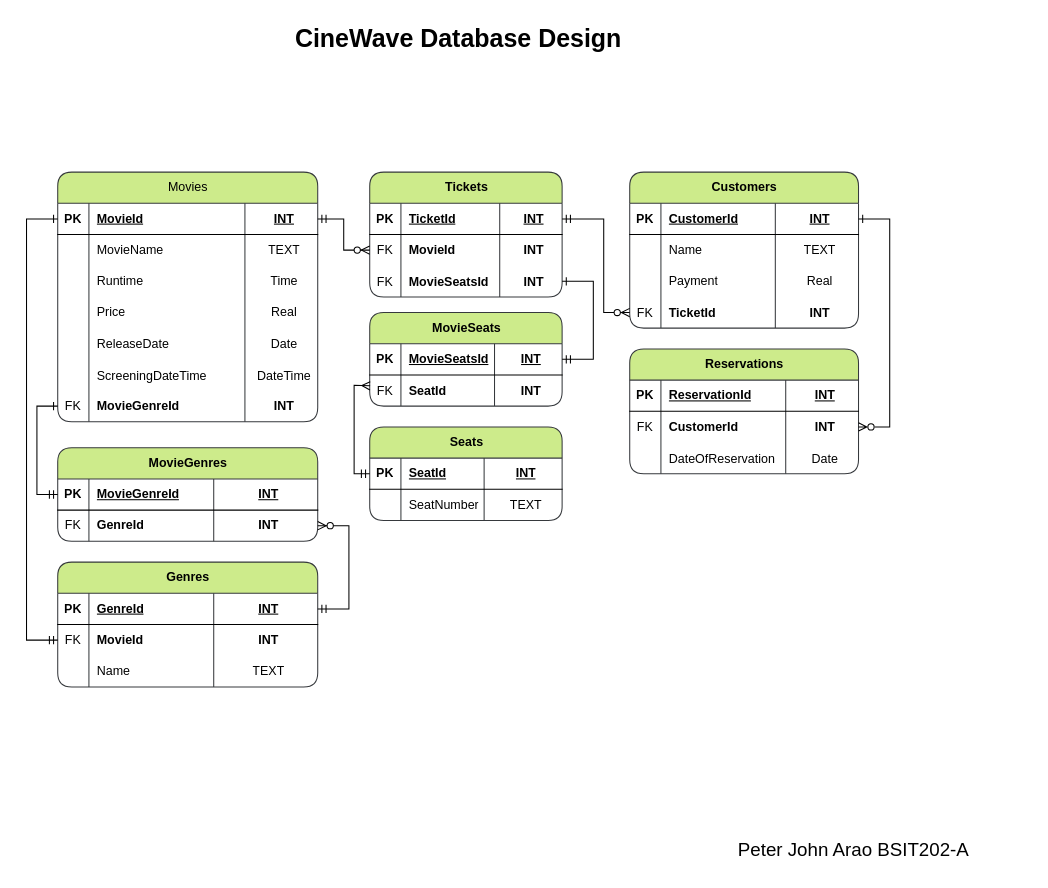
Above: erd/CineWave.drawio in pitzzahh/CineWave (draw.io), before the change. Source tidied: cells renumbered, new cells numbered last; positions are measured from the earlier drawing's top-left corner, leaving out a move shared by most shapes. Both pictures are drawn from the tidied source at 104%, with x=0, y=0 at pixel (26, 18).
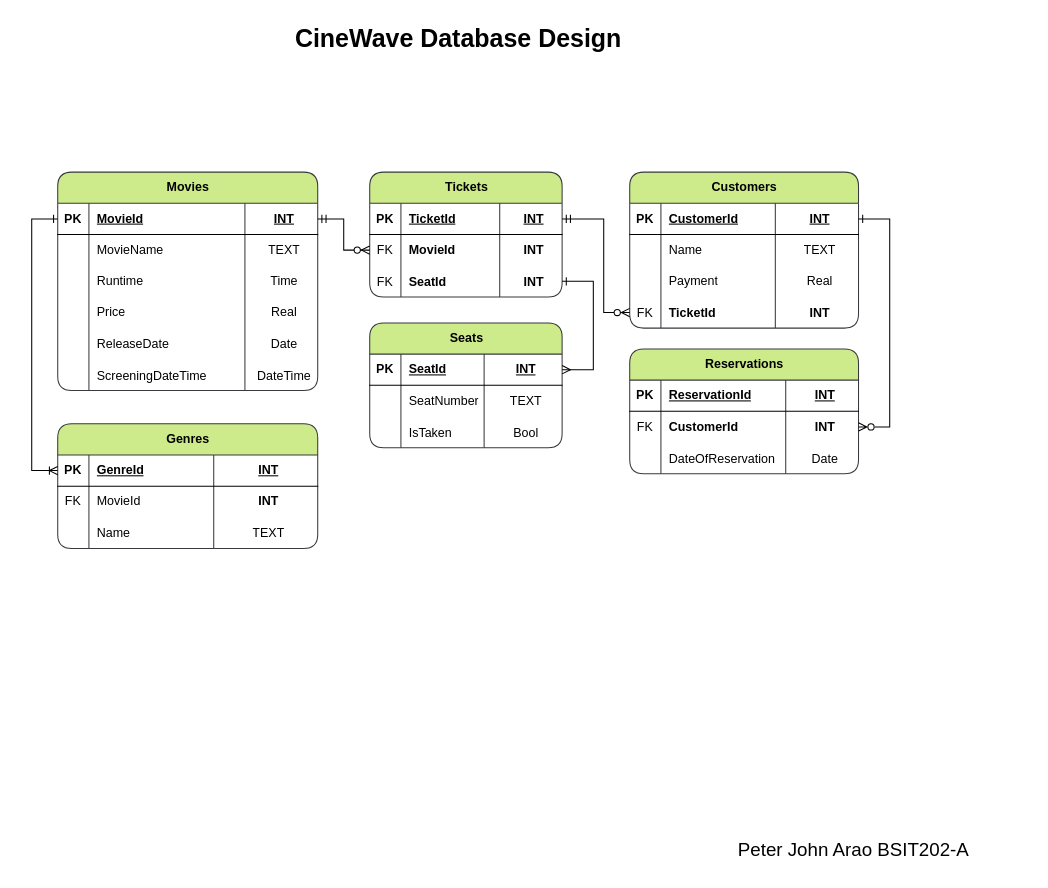
Above is the later version.

The change refers to these unchanged cells:
```xml
<mxCell id="3" style="shape=tableRow;horizontal=0;startSize=0;swimlaneHead=0;swimlaneBody=0;fillColor=none;points=[[0,0.5],[1,0.5]];portConstraint=eastwest;top=0;left=0;right=0;bottom=1;" parent="2" vertex="1">
  <mxGeometry y="30" width="250" height="30" as="geometry" />
</mxCell>
<mxCell id="32" style="shape=tableRow;horizontal=0;startSize=0;swimlaneHead=0;swimlaneBody=0;fillColor=none;points=[[0,0.5],[1,0.5]];portConstraint=eastwest;top=0;left=0;right=0;bottom=1;" parent="31" vertex="1">
  <mxGeometry y="30" width="250" height="30" as="geometry" />
</mxCell>
<mxCell id="62" style="shape=tableRow;horizontal=0;startSize=0;swimlaneHead=0;swimlaneBody=0;fillColor=none;points=[[0,0.5],[1,0.5]];portConstraint=eastwest;top=0;left=0;right=0;bottom=0;" parent="53" vertex="1">
  <mxGeometry y="90" width="185" height="30" as="geometry" />
</mxCell>
<mxCell id="67" style="shape=tableRow;horizontal=0;startSize=0;swimlaneHead=0;swimlaneBody=0;fillColor=none;points=[[0,0.5],[1,0.5]];portConstraint=eastwest;top=0;left=0;right=0;bottom=1;" parent="66" vertex="1">
  <mxGeometry y="30" width="185" height="30" as="geometry" />
</mxCell>
```

Diff of the diagram source:
```diff
@@
-    <mxCell id="2" value="Movies" style="shape=table;startSize=30;childLayout=tableLayout;rowLines=0;fontStyle=0;align=center;html=1;fillColor=#cdeb8b;strokeColor=#36393d;rounded=1;" parent="1" vertex="1">
-      <mxGeometry x="30" y="148" width="250" height="240" as="geometry" />
+    <mxCell id="2" value="Movies" style="shape=table;startSize=30;childLayout=tableLayout;rowLines=0;fontStyle=1;align=center;html=1;fillColor=#cdeb8b;strokeColor=#36393d;rounded=1;" parent="1" vertex="1">
+      <mxGeometry x="30" y="148" width="250" height="210" as="geometry" />
     </mxCell>
@@
-    <mxCell id="27" style="shape=tableRow;horizontal=0;startSize=0;swimlaneHead=0;swimlaneBody=0;fillColor=none;points=[[0,0.5],[1,0.5]];portConstraint=eastwest;top=0;left=0;right=0;bottom=0;" parent="2" vertex="1">
-      <mxGeometry y="210" width="250" height="30" as="geometry" />
-    </mxCell>
-    <mxCell id="28" value="FK" style="shape=partialRectangle;fillColor=none;top=0;left=0;bottom=0;right=0;fontStyle=0;overflow=hidden;whiteSpace=wrap;html=1;" parent="27" vertex="1">
-      <mxGeometry width="30" height="30" as="geometry" />
-    </mxCell>
-    <mxCell id="29" value="MovieGenreId" style="shape=partialRectangle;fillColor=none;top=0;left=0;bottom=0;right=0;align=left;spacingLeft=6;fontStyle=1;overflow=hidden;whiteSpace=wrap;html=1;" parent="27" vertex="1">
-      <mxGeometry x="30" width="150" height="30" as="geometry" />
-    </mxCell>
-    <mxCell id="30" value="INT" style="shape=partialRectangle;fillColor=none;top=0;left=0;bottom=0;right=0;align=center;spacingLeft=6;fontStyle=1;overflow=hidden;whiteSpace=wrap;html=1;" parent="27" vertex="1">
-      <mxGeometry x="180" width="70" height="30" as="geometry" />
-    </mxCell>
     <mxCell id="31" value="Genres" style="shape=table;startSize=30;childLayout=tableLayout;rowLines=0;fontStyle=1;align=center;html=1;fillColor=#cdeb8b;strokeColor=#36393d;rounded=1;" parent="1" vertex="1">
-      <mxGeometry x="30" y="523" width="250" height="120" as="geometry" />
+      <mxGeometry x="30" y="390" width="250" height="120" as="geometry" />
     </mxCell>
@@
-    <mxCell id="36" style="shape=tableRow;horizontal=0;startSize=0;swimlaneHead=0;swimlaneBody=0;fillColor=none;points=[[0,0.5],[1,0.5]];portConstraint=eastwest;top=0;left=0;right=0;bottom=0;" parent="31" vertex="1">
-      <mxGeometry y="60" width="250" height="30" as="geometry" />
-    </mxCell>
-    <mxCell id="37" value="FK" style="shape=partialRectangle;fillColor=none;top=0;left=0;bottom=0;right=0;overflow=hidden;whiteSpace=wrap;html=1;" parent="36" vertex="1">
-      <mxGeometry width="30" height="30" as="geometry" />
-    </mxCell>
+    <mxCell id="124" style="shape=tableRow;horizontal=0;startSize=0;swimlaneHead=0;swimlaneBody=0;fillColor=none;top=0;left=0;right=0;bottom=0;" parent="31" vertex="1">
+      <mxGeometry y="60" width="250" height="30" as="geometry" />
+    </mxCell>
+    <mxCell id="125" value="FK" style="shape=partialRectangle;fillColor=none;top=0;left=0;bottom=0;right=0;fontStyle=0;overflow=hidden;whiteSpace=wrap;html=1;" parent="124" vertex="1">
+      <mxGeometry width="30" height="30" as="geometry" />
+    </mxCell>
-    <mxCell id="38" value="MovieId" style="shape=partialRectangle;fillColor=none;top=0;left=0;bottom=0;right=0;align=left;spacingLeft=6;overflow=hidden;whiteSpace=wrap;html=1;fontStyle=1;" parent="36" vertex="1">
+    <mxCell id="38" value="MovieId" style="shape=partialRectangle;fillColor=none;top=0;left=0;bottom=0;right=0;align=left;spacingLeft=6;fontStyle=0;overflow=hidden;whiteSpace=wrap;html=1;" parent="124" vertex="1">
       <mxGeometry x="30" width="120" height="30" as="geometry" />
     </mxCell>
-    <mxCell id="39" value="INT" style="shape=partialRectangle;fillColor=none;top=0;left=0;bottom=0;right=0;align=center;spacingLeft=6;overflow=hidden;whiteSpace=wrap;html=1;fontStyle=1;" parent="36" vertex="1">
-      <mxGeometry x="150" width="100" height="30" as="geometry" />
-    </mxCell>
+    <mxCell id="126" value="&lt;b&gt;INT&lt;/b&gt;" style="shape=partialRectangle;fillColor=none;top=0;left=0;bottom=0;right=0;align=center;spacingLeft=6;fontStyle=0;overflow=hidden;whiteSpace=wrap;html=1;" parent="124" vertex="1">
+      <mxGeometry x="150" width="100" height="30" as="geometry" />
+    </mxCell>
@@
-    <mxCell id="44" value="MovieGenres" style="shape=table;startSize=30;childLayout=tableLayout;rowLines=0;fontStyle=1;align=center;html=1;fillColor=#cdeb8b;strokeColor=#36393d;rounded=1;" parent="1" vertex="1">
-      <mxGeometry x="30" y="413" width="250" height="90" as="geometry" />
-    </mxCell>
-    <mxCell id="45" style="shape=tableRow;horizontal=0;startSize=0;swimlaneHead=0;swimlaneBody=0;fillColor=none;points=[[0,0.5],[1,0.5]];portConstraint=eastwest;top=0;left=0;right=0;bottom=1;" parent="44" vertex="1">
-      <mxGeometry y="30" width="250" height="30" as="geometry" />
-    </mxCell>
-    <mxCell id="46" value="PK" style="shape=partialRectangle;fillColor=none;top=0;left=0;bottom=0;right=0;fontStyle=1;overflow=hidden;whiteSpace=wrap;html=1;" parent="45" vertex="1">
-      <mxGeometry width="30" height="30" as="geometry" />
-    </mxCell>
-    <mxCell id="47" value="MovieGenreId" style="shape=partialRectangle;fillColor=none;top=0;left=0;bottom=0;right=0;align=left;spacingLeft=6;fontStyle=5;overflow=hidden;whiteSpace=wrap;html=1;" parent="45" vertex="1">
-      <mxGeometry x="30" width="120" height="30" as="geometry" />
-    </mxCell>
-    <mxCell id="48" value="INT" style="shape=partialRectangle;fillColor=none;top=0;left=0;bottom=0;right=0;align=center;spacingLeft=6;fontStyle=5;overflow=hidden;whiteSpace=wrap;html=1;" parent="45" vertex="1">
-      <mxGeometry x="150" width="100" height="30" as="geometry" />
-    </mxCell>
-    <mxCell id="49" style="shape=tableRow;horizontal=0;startSize=0;swimlaneHead=0;swimlaneBody=0;fillColor=none;points=[[0,0.5],[1,0.5]];portConstraint=eastwest;top=0;left=0;right=0;bottom=0;" parent="44" vertex="1">
-      <mxGeometry y="60" width="250" height="30" as="geometry" />
-    </mxCell>
-    <mxCell id="50" value="FK" style="shape=partialRectangle;fillColor=none;top=0;left=0;bottom=0;right=0;fontStyle=0;overflow=hidden;whiteSpace=wrap;html=1;" parent="49" vertex="1">
-      <mxGeometry width="30" height="30" as="geometry" />
-    </mxCell>
-    <mxCell id="51" value="GenreId" style="shape=partialRectangle;fillColor=none;top=0;left=0;bottom=0;right=0;align=left;spacingLeft=6;fontStyle=1;overflow=hidden;whiteSpace=wrap;html=1;" parent="49" vertex="1">
-      <mxGeometry x="30" width="120" height="30" as="geometry" />
-    </mxCell>
-    <mxCell id="52" value="INT" style="shape=partialRectangle;fillColor=none;top=0;left=0;bottom=0;right=0;align=center;spacingLeft=6;fontStyle=1;overflow=hidden;whiteSpace=wrap;html=1;" parent="49" vertex="1">
-      <mxGeometry x="150" width="100" height="30" as="geometry" />
-    </mxCell>
@@
-    <mxCell id="64" value="MovieSeatsId" style="shape=partialRectangle;fillColor=none;top=0;left=0;bottom=0;right=0;align=left;spacingLeft=6;overflow=hidden;fontStyle=1;" parent="62" vertex="1">
+    <mxCell id="64" value="SeatId" style="shape=partialRectangle;fillColor=none;top=0;left=0;bottom=0;right=0;align=left;spacingLeft=6;overflow=hidden;fontStyle=1;" parent="62" vertex="1">
       <mxGeometry x="30" width="95" height="30" as="geometry" />
     </mxCell>
@@
     <mxCell id="66" value="Seats" style="shape=table;startSize=30;childLayout=tableLayout;rowLines=0;fontStyle=1;align=center;html=1;fillColor=#cdeb8b;strokeColor=#36393d;rounded=1;" parent="1" vertex="1">
-      <mxGeometry x="330" y="393" width="185" height="90" as="geometry" />
+      <mxGeometry x="330" y="293" width="185" height="120" as="geometry" />
     </mxCell>
@@
-    <mxCell id="75" value="MovieSeats" style="shape=table;startSize=30;childLayout=tableLayout;rowLines=0;fontStyle=1;align=center;html=1;fillColor=#cdeb8b;strokeColor=#36393d;rounded=1;" parent="1" vertex="1">
-      <mxGeometry x="330" y="283" width="185" height="90" as="geometry" />
-    </mxCell>
-    <mxCell id="76" style="shape=tableRow;horizontal=0;startSize=0;swimlaneHead=0;swimlaneBody=0;fillColor=none;points=[[0,0.5],[1,0.5]];portConstraint=eastwest;top=0;left=0;right=0;bottom=1;" parent="75" vertex="1">
-      <mxGeometry y="30" width="185" height="30" as="geometry" />
-    </mxCell>
-    <mxCell id="77" value="PK" style="shape=partialRectangle;fillColor=none;top=0;left=0;bottom=0;right=0;fontStyle=1;overflow=hidden;whiteSpace=wrap;html=1;" parent="76" vertex="1">
-      <mxGeometry width="30" height="30" as="geometry" />
-    </mxCell>
-    <mxCell id="78" value="MovieSeatsId" style="shape=partialRectangle;fillColor=none;top=0;left=0;bottom=0;right=0;align=left;spacingLeft=6;fontStyle=5;overflow=hidden;whiteSpace=wrap;html=1;" parent="76" vertex="1">
-      <mxGeometry x="30" width="90" height="30" as="geometry" />
-    </mxCell>
-    <mxCell id="79" value="INT" style="shape=partialRectangle;fillColor=none;top=0;left=0;bottom=0;right=0;align=center;spacingLeft=6;fontStyle=5;overflow=hidden;whiteSpace=wrap;html=1;" parent="76" vertex="1">
-      <mxGeometry x="120" width="65" height="30" as="geometry" />
-    </mxCell>
-    <mxCell id="80" style="shape=tableRow;horizontal=0;startSize=0;swimlaneHead=0;swimlaneBody=0;fillColor=none;points=[[0,0.5],[1,0.5]];portConstraint=eastwest;top=0;left=0;right=0;bottom=0;" parent="75" vertex="1">
-      <mxGeometry y="60" width="185" height="30" as="geometry" />
-    </mxCell>
-    <mxCell id="81" value="FK" style="shape=partialRectangle;fillColor=none;top=0;left=0;bottom=0;right=0;overflow=hidden;" parent="80" vertex="1">
-      <mxGeometry width="30" height="30" as="geometry" />
-    </mxCell>
-    <mxCell id="82" value="SeatId" style="shape=partialRectangle;fillColor=none;top=0;left=0;bottom=0;right=0;align=left;spacingLeft=6;overflow=hidden;fontStyle=1;" parent="80" vertex="1">
-      <mxGeometry x="30" width="90" height="30" as="geometry" />
-    </mxCell>
-    <mxCell id="83" value="INT" style="shape=partialRectangle;fillColor=none;top=0;left=0;bottom=0;right=0;align=center;spacingLeft=6;overflow=hidden;fontStyle=1;" parent="80" vertex="1">
-      <mxGeometry x="120" width="65" height="30" as="geometry" />
-    </mxCell>
+    <mxCell id="127" style="shape=tableRow;horizontal=0;startSize=0;swimlaneHead=0;swimlaneBody=0;fillColor=none;top=0;left=0;right=0;bottom=0;" parent="66" vertex="1">
+      <mxGeometry y="90" width="185" height="30" as="geometry" />
+    </mxCell>
+    <mxCell id="128" style="shape=partialRectangle;fillColor=none;top=0;left=0;bottom=0;right=0;overflow=hidden;" parent="127" vertex="1">
+      <mxGeometry width="30" height="30" as="geometry" />
+    </mxCell>
+    <mxCell id="129" value="IsTaken" style="shape=partialRectangle;fillColor=none;top=0;left=0;bottom=0;right=0;align=left;spacingLeft=6;overflow=hidden;" parent="127" vertex="1">
+      <mxGeometry x="30" width="80" height="30" as="geometry" />
+    </mxCell>
+    <mxCell id="130" value="Bool" style="shape=partialRectangle;fillColor=none;top=0;left=0;bottom=0;right=0;align=center;spacingLeft=6;overflow=hidden;" parent="127" vertex="1">
+      <mxGeometry x="110" width="75" height="30" as="geometry" />
+    </mxCell>
@@
-    <mxCell id="115" style="endArrow=ERmandOne;html=1;rounded=0;startArrow=ERmany;startFill=0;endFill=0;exitX=0.002;exitY=0.35;exitDx=0;exitDy=0;exitPerimeter=0;" parent="1" edge="1" source="80" target="67">
-      <mxGeometry relative="1" as="geometry">
-        <Array as="points">
-          <mxPoint x="315" y="353" />
-          <mxPoint x="315" y="438" />
-        </Array>
-      </mxGeometry>
-    </mxCell>
-    <mxCell id="116" style="endArrow=ERone;html=1;rounded=0;startArrow=ERmandOne;startFill=0;endFill=0;" parent="1" edge="1" source="45" target="27">
+    <mxCell id="116" style="endArrow=ERone;html=1;rounded=0;startArrow=ERoneToMany;startFill=0;endFill=0;edgeStyle=elbowEdgeStyle;" parent="1" edge="1" source="32" target="3">
       <mxGeometry relative="1" as="geometry">
         <Array as="points">
-          <mxPoint x="10" y="458" />
-          <mxPoint x="10" y="373" />
+          <mxPoint x="5" y="330" />
         </Array>
       </mxGeometry>
     </mxCell>
-    <mxCell id="117" style="edgeStyle=entityRelationEdgeStyle;fontSize=12;html=1;endArrow=ERzeroToMany;endFill=1;rounded=0;startArrow=ERmandOne;startFill=0;" parent="1" edge="1" source="32" target="49">
-      <mxGeometry relative="1" as="geometry" />
-    </mxCell>
@@
-    <mxCell id="119" style="edgeStyle=entityRelationEdgeStyle;fontSize=12;html=1;endArrow=ERone;startArrow=ERmandOne;rounded=0;endFill=0;" parent="1" edge="1" source="76" target="62">
+    <mxCell id="119" style="edgeStyle=entityRelationEdgeStyle;fontSize=12;html=1;endArrow=ERone;startArrow=ERmany;rounded=0;endFill=0;startFill=0;" parent="1" edge="1" source="67" target="62">
       <mxGeometry relative="1" as="geometry">
         <Array as="points">
           <mxPoint x="535" y="293" />
           <mxPoint x="525" y="253" />
         </Array>
       </mxGeometry>
     </mxCell>
-    <mxCell id="120" style="endArrow=ERone;html=1;rounded=0;startArrow=ERmandOne;startFill=0;endFill=0;" parent="1" edge="1" source="36" target="3">
-      <mxGeometry relative="1" as="geometry">
-        <Array as="points">
-          <mxPoint y="598" />
-          <mxPoint y="193" />
-        </Array>
-      </mxGeometry>
-    </mxCell>
```
